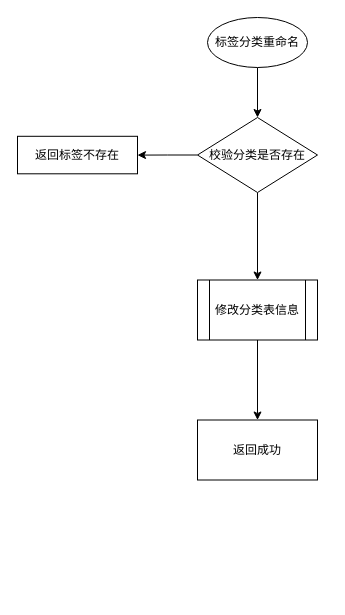
Earlier version of the draw.io diagram 标签分类重命名流程图.drawio (1418956397/JavaWeb-Project-Source-Share). Source tidied: cells renumbered, new cells numbered last; positions are measured from the earlier drawing's top-left corner, leaving out a move shared by most shapes. Both pictures are drawn from the tidied source at 100%, with x=0, y=0 at pixel (17, 17).
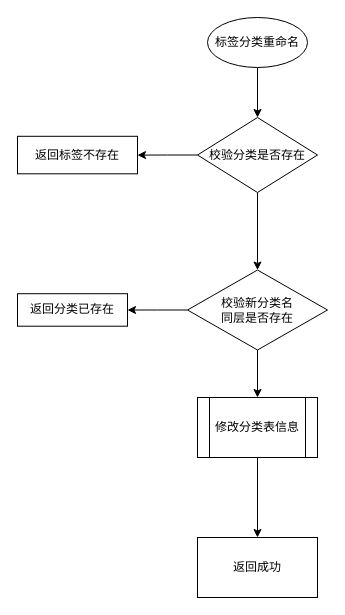
The same page after the edit.

Commit message:
更新标签分类重命名流程图.drawio

What changed in the source:
```diff
@@
 <mxGraphModel>
   <root>
     <mxCell id="0" />
     <mxCell id="1" parent="0" />
     <mxCell id="2" style="edgeStyle=orthogonalEdgeStyle;rounded=0;jettySize=auto;html=1;" parent="1" edge="1" source="3" target="6">
       <mxGeometry relative="1" as="geometry" />
     </mxCell>
     <mxCell id="3" value="标签分类重命名" style="ellipse;whiteSpace=wrap;html=1;" parent="1" vertex="1">
       <mxGeometry x="190" width="100" height="50" as="geometry" />
     </mxCell>
     <mxCell id="4" style="edgeStyle=orthogonalEdgeStyle;rounded=0;jettySize=auto;html=1;" parent="1" edge="1" source="6" target="7">
       <mxGeometry relative="1" as="geometry" />
     </mxCell>
-    <mxCell id="5" style="edgeStyle=orthogonalEdgeStyle;rounded=0;jettySize=auto;html=1;" parent="1" edge="1" source="6" target="9">
-      <mxGeometry relative="1" as="geometry" />
-    </mxCell>
+    <mxCell id="11" style="edgeStyle=orthogonalEdgeStyle;rounded=0;jettySize=auto;html=1;" parent="1" edge="1" source="6" target="14">
+      <mxGeometry relative="1" as="geometry" />
+    </mxCell>
     <mxCell id="6" value="校验分类是否存在" style="rhombus;whiteSpace=wrap;html=1;" parent="1" vertex="1">
       <mxGeometry x="180" y="100" width="120" height="75" as="geometry" />
     </mxCell>
     <mxCell id="7" value="返回标签不存在" style="whiteSpace=wrap;html=1;" parent="1" vertex="1">
       <mxGeometry y="118.8" width="120" height="37.5" as="geometry" />
     </mxCell>
     <mxCell id="8" style="edgeStyle=orthogonalEdgeStyle;rounded=0;jettySize=auto;html=1;" parent="1" edge="1" source="9" target="10">
       <mxGeometry relative="1" as="geometry" />
     </mxCell>
     <mxCell id="9" value="修改分类表信息" style="shape=process;whiteSpace=wrap;html=1;backgroundOutline=1;" parent="1" vertex="1">
-      <mxGeometry x="180" y="262.5" width="120" height="60" as="geometry" />
+      <mxGeometry x="180" y="380" width="120" height="60" as="geometry" />
     </mxCell>
     <mxCell id="10" value="返回成功" style="whiteSpace=wrap;html=1;" parent="1" vertex="1">
-      <mxGeometry x="180" y="402.5" width="120" height="60" as="geometry" />
+      <mxGeometry x="180" y="520" width="120" height="60" as="geometry" />
     </mxCell>
+    <mxCell id="12" style="edgeStyle=orthogonalEdgeStyle;rounded=0;jettySize=auto;html=1;" parent="1" edge="1" source="14" target="15">
+      <mxGeometry relative="1" as="geometry" />
+    </mxCell>
+    <mxCell id="13" style="edgeStyle=orthogonalEdgeStyle;rounded=0;jettySize=auto;html=1;" parent="1" edge="1" source="14" target="9">
+      <mxGeometry relative="1" as="geometry" />
+    </mxCell>
+    <mxCell id="14" value="校验新分类名&lt;div&gt;同层是否存在&lt;/div&gt;" style="rhombus;whiteSpace=wrap;html=1;" parent="1" vertex="1">
+      <mxGeometry x="170" y="252.5" width="140" height="80" as="geometry" />
+    </mxCell>
+    <mxCell id="15" value="返回分类已存在" style="whiteSpace=wrap;html=1;" parent="1" vertex="1">
+      <mxGeometry y="276.2" width="110" height="32.5" as="geometry" />
+    </mxCell>
   </root>
 </mxGraphModel>
```
